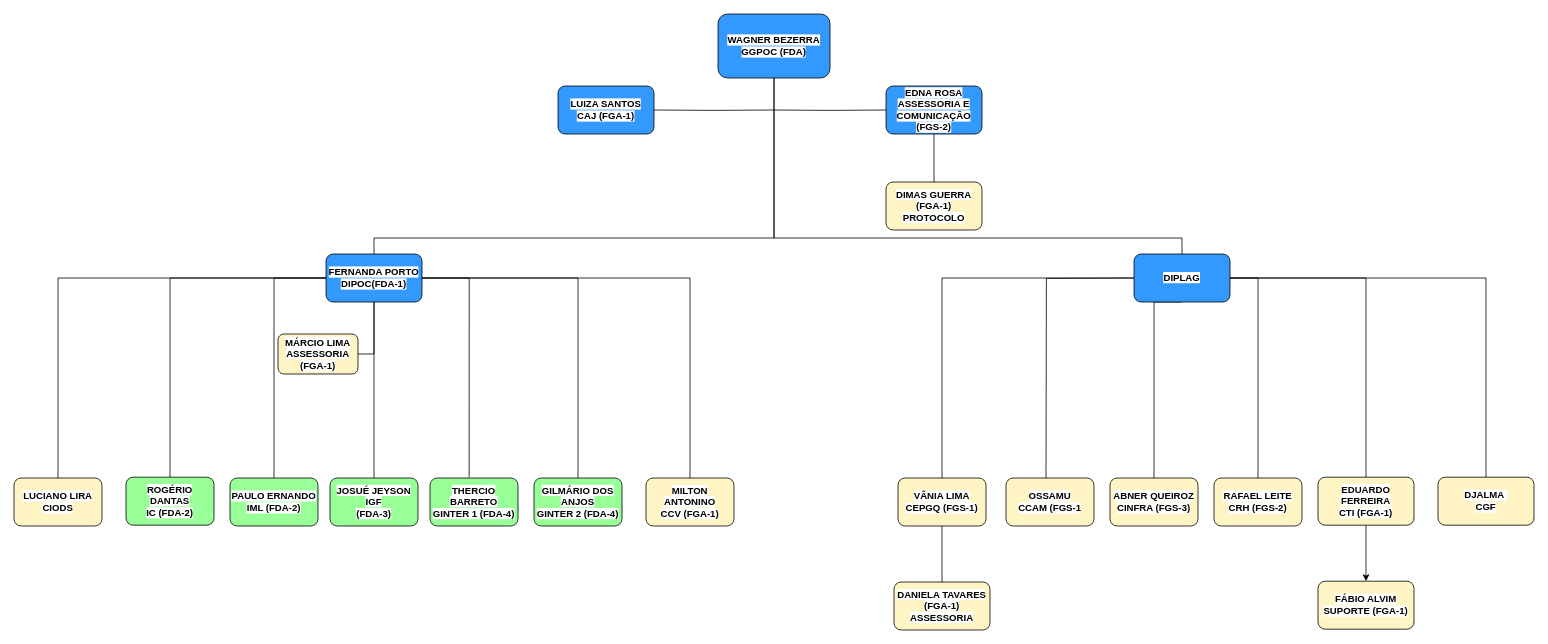
Above: GGPOC.drawio in jpaulocts/labquim (draw.io), before the change. Source tidied: cells renumbered, new cells numbered last; positions are measured from the earlier drawing's top-left corner, leaving out a move shared by most shapes. Both pictures are drawn from the tidied source at 80%, with x=0, y=0 at pixel (14, 14).
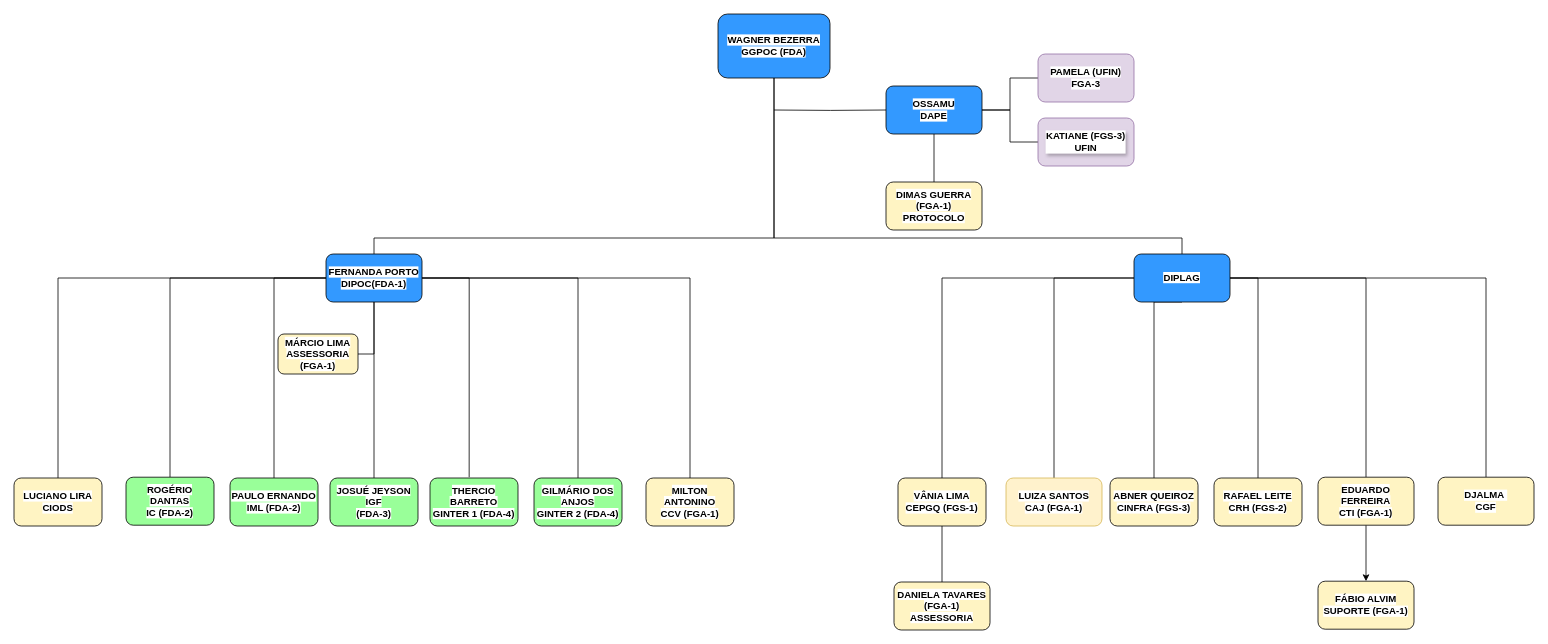
After the change.

Unchanged cells that the change refers to:
```xml
<mxCell id="10" value="&lt;b style=&quot;background-color: light-dark(#ffffff, var(--ge-dark-color, #121212));&quot;&gt;DIPLAG&lt;/b&gt;" style="rounded=1;whiteSpace=wrap;html=1;fillColor=#3399FF;" parent="1" vertex="1">
  <mxGeometry x="1400" y="300" width="120" height="60" as="geometry" />
</mxCell>
```

The edit, as a diff of the source:
```diff
@@
-    <mxCell id="3" style="edgeStyle=orthogonalEdgeStyle;rounded=0;jettySize=auto;html=1;endArrow=none;endFill=0;" parent="1" edge="1" target="33">
-      <mxGeometry relative="1" as="geometry">
-        <mxPoint x="950" y="120" as="sourcePoint" />
-      </mxGeometry>
-    </mxCell>
@@
+    <mxCell id="45" style="edgeStyle=orthogonalEdgeStyle;rounded=0;jettySize=auto;html=1;exitX=1;exitY=0.5;exitDx=0;exitDy=0;entryX=0.5;entryY=0;entryDx=0;entryDy=0;endArrow=none;startFill=0;" parent="1" edge="1" source="10" target="33">
+      <mxGeometry relative="1" as="geometry">
+        <Array as="points">
+          <mxPoint x="1300" y="330" />
+        </Array>
+      </mxGeometry>
+    </mxCell>
@@
-    <mxCell id="28" value="&lt;div&gt;&lt;span style=&quot;background-color: light-dark(#ffffff, var(--ge-dark-color, #121212));&quot;&gt;&lt;b&gt;OSSAMU&lt;/b&gt;&lt;/span&gt;&lt;/div&gt;&lt;span style=&quot;background-color: light-dark(#ffffff, var(--ge-dark-color, #121212));&quot;&gt;&lt;b&gt;CCAM (FGS-1&lt;/b&gt;&lt;/span&gt;" style="rounded=1;whiteSpace=wrap;html=1;fillColor=#FFF4C3;" parent="1" vertex="1">
-      <mxGeometry x="1240" y="580" width="110" height="60" as="geometry" />
-    </mxCell>
@@
+    <mxCell id="46" style="edgeStyle=orthogonalEdgeStyle;rounded=0;jettySize=auto;html=1;exitX=1;exitY=0.5;exitDx=0;exitDy=0;entryX=0;entryY=0.5;entryDx=0;entryDy=0;endArrow=none;startFill=0;" parent="1" edge="1" source="32" target="48">
+      <mxGeometry relative="1" as="geometry" />
+    </mxCell>
+    <mxCell id="47" style="edgeStyle=orthogonalEdgeStyle;rounded=0;jettySize=auto;html=1;exitX=1;exitY=0.5;exitDx=0;exitDy=0;entryX=0;entryY=0.5;entryDx=0;entryDy=0;endArrow=none;startFill=0;" parent="1" edge="1" source="32" target="49">
+      <mxGeometry relative="1" as="geometry" />
+    </mxCell>
-    <mxCell id="32" value="&lt;div&gt;&lt;b style=&quot;background-color: light-dark(#ffffff, var(--ge-dark-color, #121212));&quot;&gt;EDNA ROSA&lt;/b&gt;&lt;/div&gt;&lt;b style=&quot;background-color: light-dark(#ffffff, var(--ge-dark-color, #121212));&quot;&gt;ASSESSORIA E COMUNICAÇÃO (FGS-2)&lt;/b&gt;" style="whiteSpace=wrap;html=1;fillColor=#3399FF;rounded=1;" parent="1" vertex="1">
+    <mxCell id="32" value="&lt;div&gt;&lt;span style=&quot;background-color: rgb(255, 255, 255);&quot;&gt;&lt;b&gt;OSSAMU&lt;/b&gt;&lt;/span&gt;&lt;/div&gt;&lt;div&gt;&lt;span style=&quot;background-color: rgb(255, 255, 255);&quot;&gt;&lt;b&gt;DAPE&lt;/b&gt;&lt;/span&gt;&lt;/div&gt;" style="whiteSpace=wrap;html=1;fillColor=#3399FF;rounded=1;" parent="1" vertex="1">
       <mxGeometry x="1090" y="90" width="120" height="60" as="geometry" />
     </mxCell>
-    <mxCell id="33" value="&lt;div&gt;&lt;span style=&quot;background-color: light-dark(#ffffff, var(--ge-dark-color, #121212));&quot;&gt;&lt;b&gt;LUIZA SANTOS&lt;/b&gt;&lt;/span&gt;&lt;/div&gt;&lt;span style=&quot;background-color: light-dark(#ffffff, var(--ge-dark-color, #121212));&quot;&gt;&lt;b&gt;CAJ (FGA-1)&lt;/b&gt;&lt;/span&gt;" style="whiteSpace=wrap;html=1;fillColor=#3399FF;rounded=1;" parent="1" vertex="1">
-      <mxGeometry x="680" y="90" width="120" height="60" as="geometry" />
+    <mxCell id="33" value="&lt;div&gt;&lt;span style=&quot;background-color: light-dark(#ffffff, var(--ge-dark-color, #121212));&quot;&gt;&lt;b&gt;LUIZA SANTOS&lt;/b&gt;&lt;/span&gt;&lt;/div&gt;&lt;span style=&quot;background-color: light-dark(#ffffff, var(--ge-dark-color, #121212));&quot;&gt;&lt;b&gt;CAJ (FGA-1)&lt;/b&gt;&lt;/span&gt;" style="whiteSpace=wrap;html=1;fillColor=#fff2cc;rounded=1;strokeColor=#d6b656;" parent="1" vertex="1">
+      <mxGeometry x="1240" y="580" width="120" height="60" as="geometry" />
     </mxCell>
-    <mxCell id="34" style="edgeStyle=orthogonalEdgeStyle;rounded=0;orthogonalLoop=1;jettySize=auto;html=1;entryX=0.364;entryY=0;entryDx=0;entryDy=0;entryPerimeter=0;endArrow=none;endFill=0;" parent="1" edge="1">
-      <mxGeometry relative="1" as="geometry">
-        <mxPoint x="1400" y="330" as="sourcePoint" />
-        <mxPoint x="1290" y="580" as="targetPoint" />
-      </mxGeometry>
-    </mxCell>
@@
+    <mxCell id="48" value="&lt;b style=&quot;background-color: light-dark(rgb(255, 255, 255), rgb(255, 255, 255));&quot;&gt;PAMELA (UFIN)&lt;/b&gt;&lt;div&gt;&lt;b style=&quot;background-color: light-dark(rgb(255, 255, 255), rgb(255, 255, 255));&quot;&gt;FGA-3&lt;/b&gt;&lt;/div&gt;" style="rounded=1;whiteSpace=wrap;html=1;fillColor=#e1d5e7;strokeColor=#9673a6;" parent="1" vertex="1">
+      <mxGeometry x="1280" y="50" width="120" height="60" as="geometry" />
+    </mxCell>
+    <mxCell id="49" value="&lt;b&gt;KATIANE (FGS-3)&lt;/b&gt;&lt;div&gt;&lt;b&gt;UFIN&lt;/b&gt;&lt;/div&gt;" style="rounded=1;whiteSpace=wrap;html=1;fillColor=#e1d5e7;strokeColor=#9673a6;labelBackgroundColor=default;textShadow=1;" parent="1" vertex="1">
+      <mxGeometry x="1280" y="130" width="120" height="60" as="geometry" />
+    </mxCell>
```
